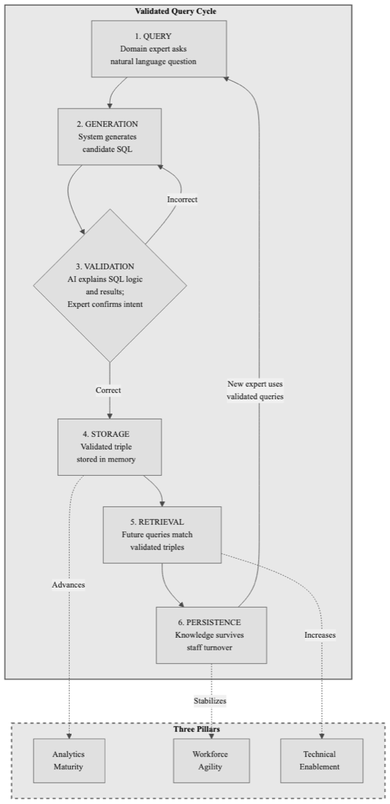
Above: figures/knowledge-cycle.mmd.png in stharrold/yuimedi-paper-20250901 (Mermaid), before the change. Its source is kept beside it as figures/knowledge-cycle.mmd.
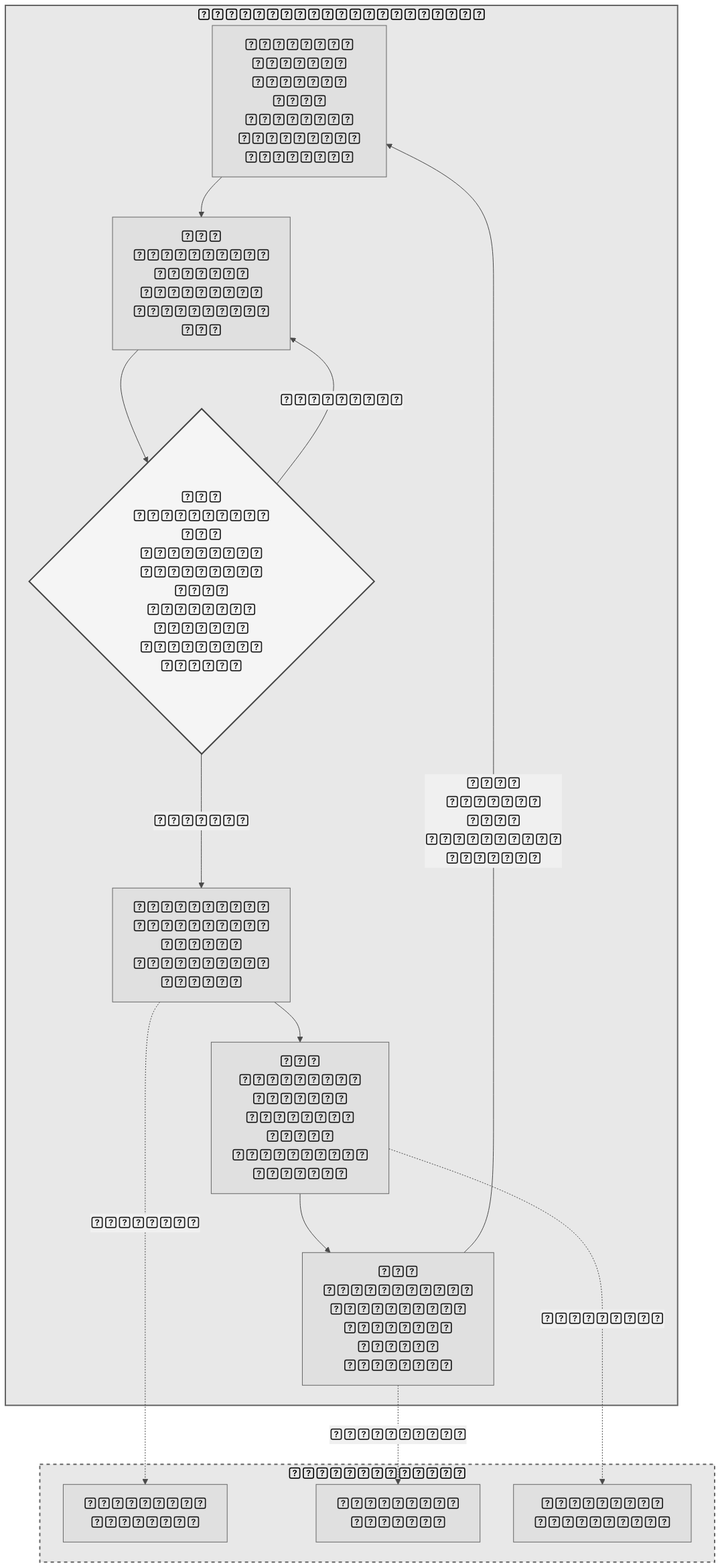
The same file after the commit.

What changed in the source:
```diff
@@ -1,19 +1,19 @@
-%%{init: {'theme': 'base', 'flowchart': {'useMaxWidth': false, 'markdownAutoWrap': false}, 'themeVariables': { 'primaryColor': '#e0e0e0', 'primaryTextColor': '#1a1a1a', 'primaryBorderColor': '#666', 'lineColor': '#4a4a4a', 'secondaryColor': '#f0f0f0', 'tertiaryColor': '#fafafa', 'fontFamily': 'Arial, sans-serif', 'fontSize': '10pt'}}}%%
+%%{init: {'theme': 'base', 'flowchart': {'useMaxWidth': false, 'markdownAutoWrap': false, 'nodeSpacing': 50, 'rankSpacing': 60}, 'themeVariables': { 'primaryColor': '#e0e0e0', 'primaryTextColor': '#1a1a1a', 'primaryBorderColor': '#666', 'lineColor': '#4a4a4a', 'secondaryColor': '#f0f0f0', 'tertiaryColor': '#fafafa', 'fontFamily': 'Arial, sans-serif', 'fontSize': '14pt'}}}%%
 flowchart TB
 
     subgraph CYCLE["<b>Validated Query Cycle</b>"]
-        Q["1. QUERY<br/>Domain expert asks<br/>natural language question"]
-        G["2. GENERATION<br/>System generates<br/>candidate SQL"]
-        V{"3. VALIDATION<br/>AI explains SQL logic<br/>and results;<br/>Expert confirms intent"}
-        S["4. STORAGE<br/>Validated triple<br/>stored in memory"]
-        R["5. RETRIEVAL<br/>Future queries match<br/>validated triples"]
-        P["6. PERSISTENCE<br/>Knowledge survives<br/>staff turnover"]
+        Q["<b>1. QUERY</b><br/>Domain expert asks<br/>natural language question"]
+        G["<b>2. GENERATION</b><br/>System generates<br/>candidate SQL"]
+        V{"<b>3. VALIDATION</b><br/>AI explains SQL logic<br/>and results;<br/>Expert confirms intent"}
+        S["<b>4. STORAGE</b><br/>Validated triple<br/>stored in memory"]
+        R["<b>5. RETRIEVAL</b><br/>Future queries match<br/>validated triples"]
+        P["<b>6. PERSISTENCE</b><br/>Knowledge survives<br/>staff turnover"]
     end
 
     subgraph PILLARS["<b>Three Pillars</b>"]
-        M["Analytics<br/>Maturity"]
-        T["Workforce<br/>Agility"]
-        B["Technical<br/>Enablement"]
+        M["<b>Analytics</b><br/><b>Maturity</b>"]
+        T["<b>Workforce</b><br/><b>Agility</b>"]
+        B["<b>Technical</b><br/><b>Enablement</b>"]
     end
 
     Q --> G
@@ -30,5 +30,7 @@
 
     classDef group fill:#e8e8e8,stroke:#666,stroke-width:2px
     classDef dashedGroup fill:#e8e8e8,stroke:#666,stroke-width:2px,stroke-dasharray:5 5
+    classDef decision fill:#f5f5f5,stroke:#444,stroke-width:2px
     class CYCLE group
     class PILLARS dashedGroup
+    class V decision
```
